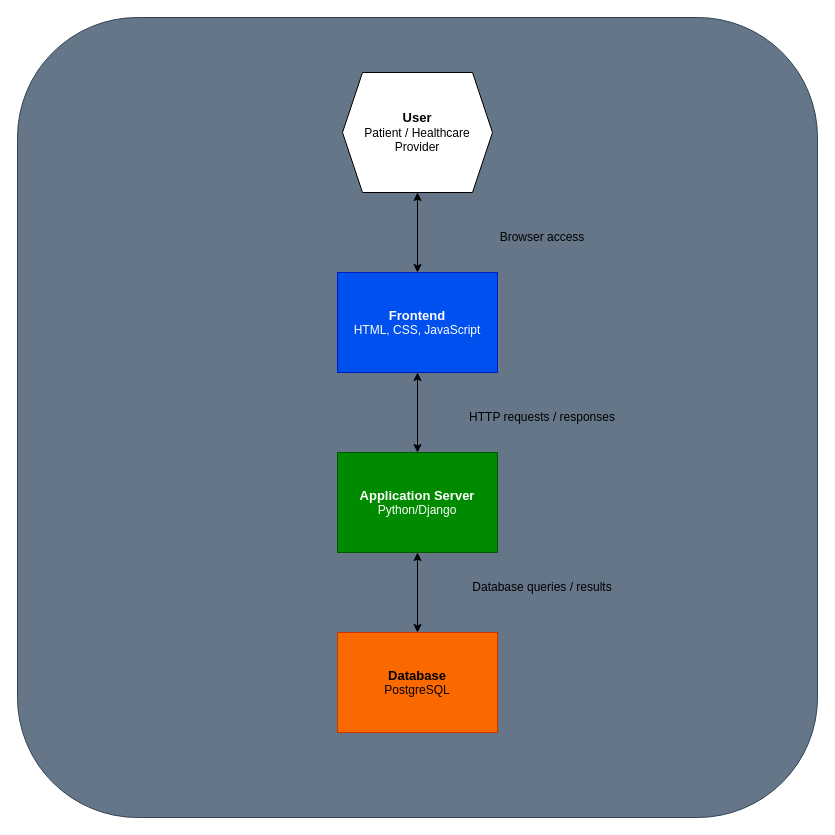
Before: DevOps_Figure_1.drawio in Matasem-h/SimpleFlowcharts, a draw.io diagram. Source tidied: cells renumbered, new cells numbered last; positions are measured from the earlier drawing's top-left corner, leaving out a move shared by most shapes. Both pictures are drawn from the tidied source at 100%, with x=0, y=0 at pixel (17, 17).
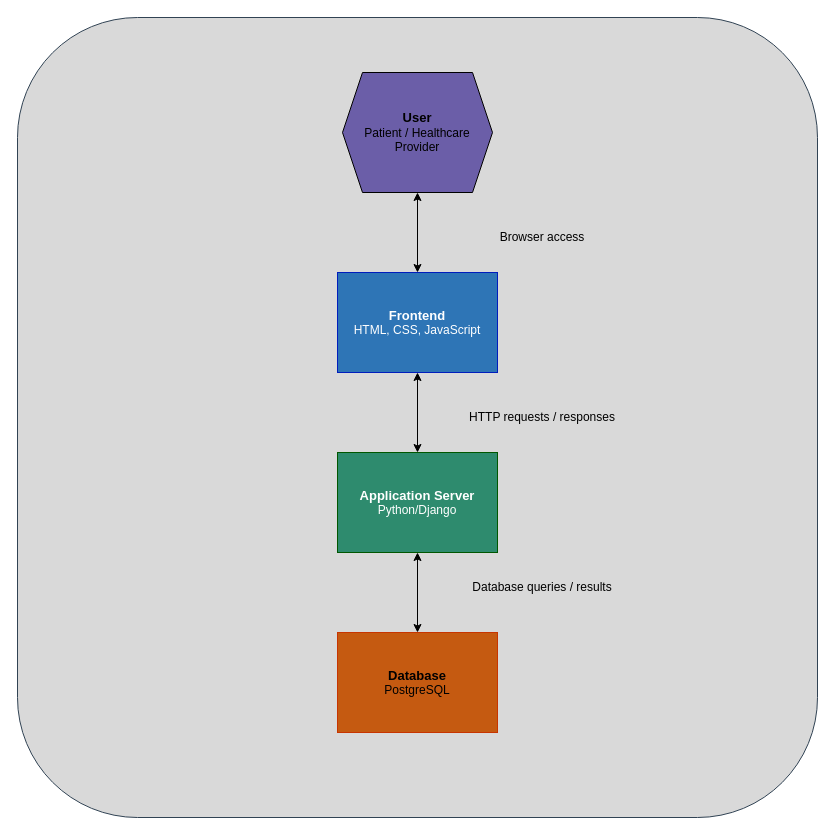
The same diagram, later.

Change to the diagram source:
```diff
@@
 <mxGraphModel>
   <root>
     <mxCell id="0" />
     <mxCell id="1" parent="0" />
-    <mxCell id="2" style="rounded=1;whiteSpace=wrap;html=1;fillColor=#647687;strokeColor=#314354;fontColor=#ffffff;" parent="1" vertex="1">
+    <mxCell id="2" style="rounded=1;whiteSpace=wrap;html=1;fillColor=light-dark(#D9D9D9,#D9D9D9);strokeColor=#314354;fontColor=#ffffff;" parent="1" vertex="1">
       <mxGeometry width="800" height="800" as="geometry" />
     </mxCell>
-    <mxCell id="3" value="&lt;div&gt;&lt;b&gt;&lt;font style=&quot;font-size: 13px;&quot;&gt;Frontend&lt;/font&gt;&lt;/b&gt;&lt;/div&gt;&lt;div&gt;HTML, CSS, JavaScript&lt;/div&gt;" style="rounded=0;whiteSpace=wrap;html=1;fillColor=#0050ef;fontColor=#ffffff;strokeColor=#001DBC;" parent="1" vertex="1">
+    <mxCell id="3" value="&lt;div&gt;&lt;b&gt;&lt;font style=&quot;font-size: 13px;&quot;&gt;Frontend&lt;/font&gt;&lt;/b&gt;&lt;/div&gt;&lt;div&gt;HTML, CSS, JavaScript&lt;/div&gt;" style="rounded=0;whiteSpace=wrap;html=1;fillColor=light-dark(#2E75B6,#2E75B6);fontColor=#ffffff;strokeColor=#001DBC;" parent="1" vertex="1">
       <mxGeometry x="320" y="255" width="160" height="100" as="geometry" />
     </mxCell>
-    <mxCell id="4" value="&lt;div&gt;&lt;b&gt;&lt;font style=&quot;font-size: 13px;&quot;&gt;Database&lt;/font&gt;&lt;/b&gt;&lt;/div&gt;&lt;div&gt;PostgreSQL&lt;/div&gt;" style="rounded=0;whiteSpace=wrap;html=1;fillColor=#fa6800;fontColor=#000000;strokeColor=#C73500;" parent="1" vertex="1">
+    <mxCell id="4" value="&lt;div&gt;&lt;b&gt;&lt;font style=&quot;font-size: 13px;&quot;&gt;Database&lt;/font&gt;&lt;/b&gt;&lt;/div&gt;&lt;div&gt;PostgreSQL&lt;/div&gt;" style="rounded=0;whiteSpace=wrap;html=1;fillColor=light-dark(#C55A11,#C55A11);fontColor=#000000;strokeColor=#C73500;" parent="1" vertex="1">
       <mxGeometry x="320" y="615" width="160" height="100" as="geometry" />
     </mxCell>
-    <mxCell id="5" value="&lt;div&gt;&lt;font style=&quot;font-size: 13px;&quot;&gt;&lt;b&gt;Application Server&lt;/b&gt;&lt;/font&gt;&lt;/div&gt;&lt;div&gt;Python/Django&lt;/div&gt;" style="rounded=0;whiteSpace=wrap;html=1;fillColor=#008a00;fontColor=#ffffff;strokeColor=#005700;" parent="1" vertex="1">
+    <mxCell id="5" value="&lt;div&gt;&lt;font style=&quot;font-size: 13px;&quot;&gt;&lt;b&gt;Application Server&lt;/b&gt;&lt;/font&gt;&lt;/div&gt;&lt;div&gt;Python/Django&lt;/div&gt;" style="rounded=0;whiteSpace=wrap;html=1;fillColor=light-dark(#2E8B6E,#2E8B6E);fontColor=#ffffff;strokeColor=#005700;" parent="1" vertex="1">
       <mxGeometry x="320" y="435" width="160" height="100" as="geometry" />
     </mxCell>
-    <mxCell id="6" value="&lt;div&gt;&lt;font style=&quot;font-size: 13px;&quot;&gt;&lt;b&gt;User&lt;/b&gt;&lt;/font&gt;&lt;/div&gt;&lt;div&gt;Patient / Healthcare Provider&lt;/div&gt;" style="shape=hexagon;perimeter=hexagonPerimeter2;whiteSpace=wrap;html=1;fixedSize=1;fillColor=light-dark(#FFFFFF,#941AFF);" parent="1" vertex="1">
+    <mxCell id="6" value="&lt;div&gt;&lt;font style=&quot;font-size: 13px;&quot;&gt;&lt;b&gt;User&lt;/b&gt;&lt;/font&gt;&lt;/div&gt;&lt;div&gt;Patient / Healthcare Provider&lt;/div&gt;" style="shape=hexagon;perimeter=hexagonPerimeter2;whiteSpace=wrap;html=1;fixedSize=1;fillColor=light-dark(#6B5EA8,#6B5EA8);" parent="1" vertex="1">
       <mxGeometry x="325" y="55" width="150" height="120" as="geometry" />
     </mxCell>
     <mxCell id="7" style="endArrow=classic;startArrow=classic;html=1;rounded=0;entryX=0.5;entryY=1;entryDx=0;entryDy=0;exitX=0.5;exitY=0;exitDx=0;exitDy=0;" parent="1" edge="1" source="3" target="6">
       <mxGeometry relative="1" as="geometry" />
     </mxCell>
     <mxCell id="8" style="endArrow=classic;startArrow=classic;html=1;rounded=0;entryX=0.5;entryY=1;entryDx=0;entryDy=0;exitX=0.5;exitY=0;exitDx=0;exitDy=0;" parent="1" edge="1" source="4" target="5">
       <mxGeometry relative="1" as="geometry" />
     </mxCell>
     <mxCell id="9" style="endArrow=classic;startArrow=classic;html=1;rounded=0;entryX=0.5;entryY=0;entryDx=0;entryDy=0;exitX=0.5;exitY=1;exitDx=0;exitDy=0;" parent="1" edge="1" source="3" target="5">
       <mxGeometry relative="1" as="geometry" />
     </mxCell>
     <mxCell id="10" value="&lt;div align=&quot;center&quot;&gt;Browser access&lt;/div&gt;" style="text;html=1;whiteSpace=wrap;strokeColor=none;fillColor=none;align=center;verticalAlign=middle;rounded=0;" parent="1" vertex="1">
       <mxGeometry x="425" y="205" width="200" height="30" as="geometry" />
     </mxCell>
     <mxCell id="11" value="&lt;div align=&quot;center&quot;&gt;HTTP requests / responses&lt;/div&gt;" style="text;html=1;whiteSpace=wrap;strokeColor=none;fillColor=none;align=center;verticalAlign=middle;rounded=0;" parent="1" vertex="1">
       <mxGeometry x="425" y="385" width="200" height="30" as="geometry" />
     </mxCell>
     <mxCell id="12" value="&lt;div align=&quot;center&quot;&gt;Database queries / results&lt;/div&gt;" style="text;html=1;whiteSpace=wrap;strokeColor=none;fillColor=none;align=center;verticalAlign=middle;rounded=0;" parent="1" vertex="1">
       <mxGeometry x="425" y="555" width="200" height="30" as="geometry" />
     </mxCell>
   </root>
 </mxGraphModel>
```
